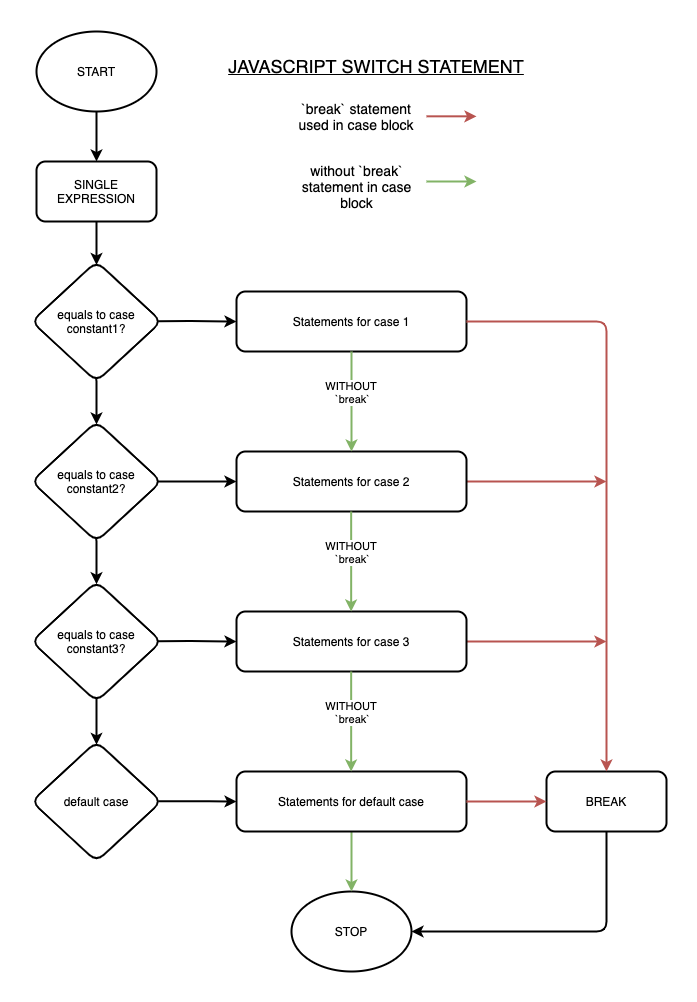
This is flow_diagram.png from r-coh/javascript-switch-statement, a draw.io export, as it was before one commit. Source tidied: cells renumbered, new cells last; positions are measured from the earlier drawing's top-left corner, leaving out a move shared by most shapes.
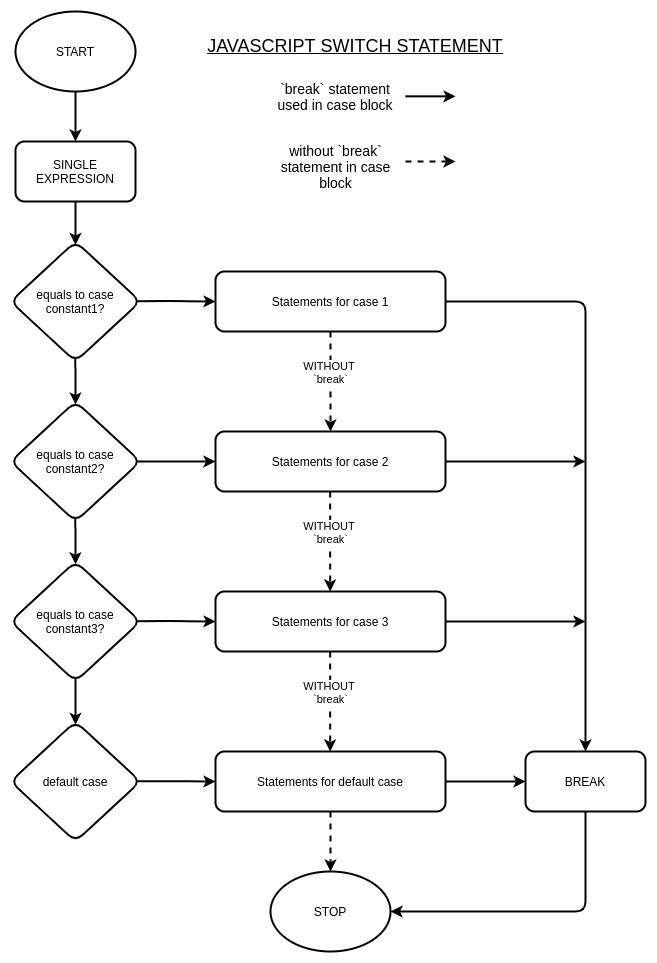
After the commit.

Diff of the diagram source:
```diff
@@ -47,7 +47,7 @@
     <mxCell id="16" style="edgeStyle=orthogonalEdgeStyle;jettySize=auto;html=1;strokeWidth=2;exitX=0.5;exitY=0.972;exitDx=0;exitDy=0;exitPerimeter=0;entryX=0.5;entryY=0.028;entryDx=0;entryDy=0;entryPerimeter=0;" parent="2" edge="1" source="13" target="15">
       <mxGeometry as="geometry" />
     </mxCell>
-    <mxCell id="17" style="edgeStyle=orthogonalEdgeStyle;rounded=1;jettySize=auto;html=1;entryX=0.5;entryY=0;entryDx=0;entryDy=0;fontSize=14;strokeWidth=2;exitX=0.5;exitY=1;exitDx=0;exitDy=0;fillColor=#d5e8d4;strokeColor=#82b366;" parent="2" edge="1" source="18" target="10">
+    <mxCell id="17" style="edgeStyle=orthogonalEdgeStyle;rounded=1;jettySize=auto;html=1;entryX=0.5;entryY=0;entryDx=0;entryDy=0;fontSize=14;strokeWidth=2;exitX=0.5;exitY=1;exitDx=0;exitDy=0;dashed=1;" parent="2" edge="1" source="18" target="10">
       <mxGeometry relative="1" as="geometry" />
     </mxCell>
     <mxCell id="18" value="Statements for default case" style="whiteSpace=wrap;html=1;strokeWidth=2;rounded=1;" parent="2" vertex="1">
@@ -56,7 +56,7 @@
     <mxCell id="19" style="edgeStyle=orthogonalEdgeStyle;jettySize=auto;html=1;strokeWidth=2;exitX=0.975;exitY=0.498;exitDx=0;exitDy=0;exitPerimeter=0;" parent="2" edge="1" source="15" target="18">
       <mxGeometry as="geometry" />
     </mxCell>
-    <mxCell id="20" style="edgeStyle=orthogonalEdgeStyle;jettySize=auto;html=1;strokeWidth=2;fillColor=#f8cecc;strokeColor=#b85450;" parent="2" edge="1" source="21">
+    <mxCell id="20" style="edgeStyle=orthogonalEdgeStyle;jettySize=auto;html=1;strokeWidth=2;" parent="2" edge="1" source="21">
       <mxGeometry as="geometry">
         <mxPoint x="575" y="610" as="targetPoint" />
       </mxGeometry>
@@ -67,7 +67,7 @@
     <mxCell id="22" style="edgeStyle=orthogonalEdgeStyle;jettySize=auto;html=1;strokeWidth=2;exitX=0.973;exitY=0.497;exitDx=0;exitDy=0;exitPerimeter=0;" parent="2" edge="1" source="13" target="21">
       <mxGeometry as="geometry" />
     </mxCell>
-    <mxCell id="23" style="edgeStyle=orthogonalEdgeStyle;jettySize=auto;html=1;strokeWidth=2;fillColor=#f8cecc;strokeColor=#b85450;" parent="2" edge="1" source="24">
+    <mxCell id="23" style="edgeStyle=orthogonalEdgeStyle;jettySize=auto;html=1;strokeWidth=2;" parent="2" edge="1" source="24">
       <mxGeometry as="geometry">
         <mxPoint x="575" y="450" as="targetPoint" />
       </mxGeometry>
@@ -75,7 +75,7 @@
     <mxCell id="24" value="Statements for case 2" style="whiteSpace=wrap;html=1;strokeWidth=2;rounded=1;" parent="2" vertex="1">
       <mxGeometry x="205" y="420" width="230" height="60" as="geometry" />
     </mxCell>
-    <mxCell id="25" style="edgeStyle=orthogonalEdgeStyle;jettySize=auto;html=1;strokeWidth=2;entryX=0.5;entryY=0;entryDx=0;entryDy=0;fillColor=#d5e8d4;strokeColor=#82b366;" parent="2" edge="1" source="8" target="24">
+    <mxCell id="25" style="edgeStyle=orthogonalEdgeStyle;jettySize=auto;html=1;strokeWidth=2;entryX=0.5;entryY=0;entryDx=0;entryDy=0;dashed=1;" parent="2" edge="1" source="8" target="24">
       <mxGeometry as="geometry" />
     </mxCell>
     <mxCell id="26" value="WITHOUT &lt;br&gt;`break`" style="edgeLabel;html=1;align=center;verticalAlign=middle;rounded=1;" parent="25" vertex="1">
@@ -96,22 +96,22 @@
     <mxCell id="29" value="BREAK" style="whiteSpace=wrap;html=1;strokeWidth=2;rounded=1;" parent="2" vertex="1">
       <mxGeometry x="515" y="740" width="120" height="60" as="geometry" />
     </mxCell>
-    <mxCell id="30" style="edgeStyle=orthogonalEdgeStyle;jettySize=auto;html=1;entryX=0.5;entryY=0;entryDx=0;entryDy=0;strokeWidth=2;fillColor=#f8cecc;strokeColor=#b85450;" parent="2" edge="1" source="8" target="29">
+    <mxCell id="30" style="edgeStyle=orthogonalEdgeStyle;jettySize=auto;html=1;entryX=0.5;entryY=0;entryDx=0;entryDy=0;strokeWidth=2;" parent="2" edge="1" source="8" target="29">
       <mxGeometry as="geometry" />
     </mxCell>
-    <mxCell id="31" style="edgeStyle=orthogonalEdgeStyle;jettySize=auto;html=1;strokeWidth=2;fillColor=#f8cecc;strokeColor=#b85450;" parent="2" edge="1" source="18" target="29">
+    <mxCell id="31" style="edgeStyle=orthogonalEdgeStyle;jettySize=auto;html=1;strokeWidth=2;" parent="2" edge="1" source="18" target="29">
       <mxGeometry as="geometry" />
     </mxCell>
     <mxCell id="32" value="&lt;font style=&quot;font-size: 18px&quot;&gt;&lt;u&gt;JAVASCRIPT SWITCH STATEMENT&lt;/u&gt;&lt;/font&gt;" style="text;html=1;strokeColor=none;fillColor=none;align=center;verticalAlign=middle;whiteSpace=wrap;dashed=1;rounded=1;" parent="2" vertex="1">
       <mxGeometry x="185" y="20" width="320" height="30" as="geometry" />
     </mxCell>
-    <mxCell id="33" style="endArrow=classic;html=1;rounded=1;fontSize=14;strokeWidth=2;fillColor=#f8cecc;strokeColor=#b85450;" parent="2" edge="1">
+    <mxCell id="33" style="endArrow=classic;html=1;rounded=1;fontSize=14;strokeWidth=2;" parent="2" edge="1">
       <mxGeometry x="30" y="10" as="geometry">
         <mxPoint x="395" y="84.8" as="sourcePoint" />
         <mxPoint x="445" y="84.8" as="targetPoint" />
       </mxGeometry>
     </mxCell>
-    <mxCell id="34" style="endArrow=classic;html=1;rounded=1;fontSize=14;strokeWidth=2;fillColor=#d5e8d4;strokeColor=#82b366;" parent="2" edge="1">
+    <mxCell id="34" style="endArrow=classic;html=1;rounded=1;fontSize=14;strokeWidth=2;dashed=1;" parent="2" edge="1">
       <mxGeometry x="30" y="45.2" as="geometry">
         <mxPoint x="395" y="150" as="sourcePoint" />
         <mxPoint x="445" y="150" as="targetPoint" />
@@ -123,7 +123,7 @@
     <mxCell id="36" value="without `break` statement in case block" style="text;html=1;strokeColor=none;fillColor=none;align=center;verticalAlign=middle;whiteSpace=wrap;rounded=0;dashed=1;fontSize=14;" parent="2" vertex="1">
       <mxGeometry x="258.8" y="140" width="132.5" height="30" as="geometry" />
     </mxCell>
-    <mxCell id="37" style="edgeStyle=orthogonalEdgeStyle;orthogonalLoop=1;jettySize=auto;html=1;strokeWidth=2;entryX=0.5;entryY=0;entryDx=0;entryDy=0;fillColor=#d5e8d4;strokeColor=#82b366;" parent="2" edge="1">
+    <mxCell id="37" style="edgeStyle=orthogonalEdgeStyle;orthogonalLoop=1;jettySize=auto;html=1;strokeWidth=2;entryX=0.5;entryY=0;entryDx=0;entryDy=0;dashed=1;" parent="2" edge="1">
       <mxGeometry x="-0.3" y="320" as="geometry">
         <mxPoint x="319.7" y="640" as="sourcePoint" />
         <mxPoint x="319.7" y="740" as="targetPoint" />
@@ -134,7 +134,7 @@
         <mxPoint y="6" as="offset" />
       </mxGeometry>
     </mxCell>
-    <mxCell id="39" style="edgeStyle=orthogonalEdgeStyle;orthogonalLoop=1;jettySize=auto;html=1;strokeWidth=2;entryX=0.5;entryY=0;entryDx=0;entryDy=0;fillColor=#d5e8d4;strokeColor=#82b366;" parent="2" edge="1">
+    <mxCell id="39" style="edgeStyle=orthogonalEdgeStyle;orthogonalLoop=1;jettySize=auto;html=1;strokeWidth=2;entryX=0.5;entryY=0;entryDx=0;entryDy=0;dashed=1;" parent="2" edge="1">
       <mxGeometry x="-0.3" y="160" as="geometry">
         <mxPoint x="319.7" y="480" as="sourcePoint" />
         <mxPoint x="319.7" y="580" as="targetPoint" />
```
